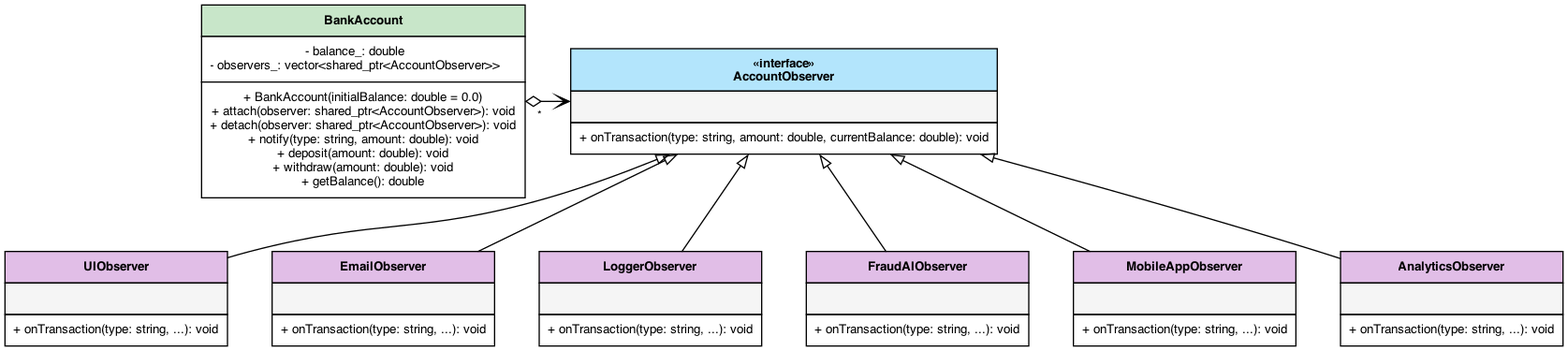
Earlier version of the Graphviz export Observer/reports/bank_observer_uml.png (ndmhuy/DesignPatternsGroup52). Its source is kept beside it as Observer/reports/bank_observer_uml.dot.
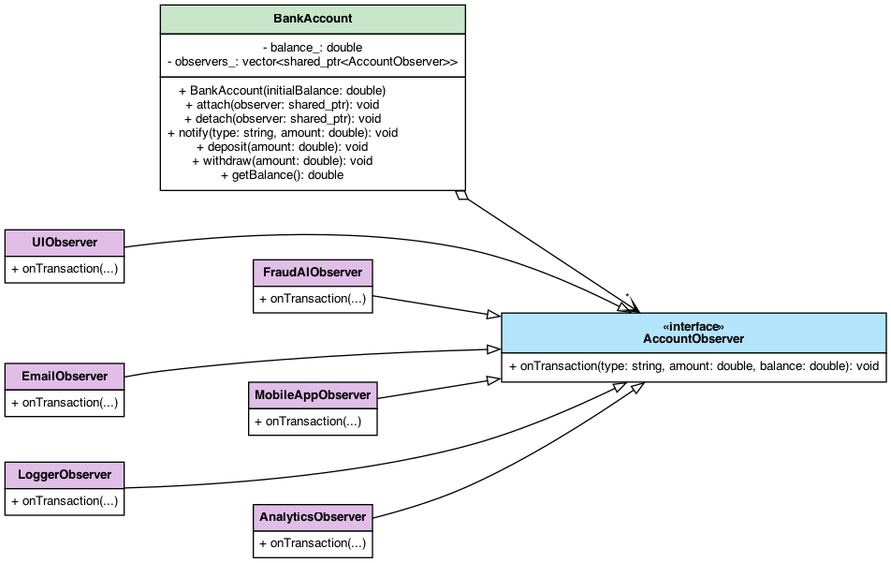
Above is the later version.

Commit message:
Redesign bank account Observer UML diagram to be compact for slides

Change to the diagram source:
```diff
@@ -1,9 +1,9 @@
 digraph G {
     fontname = "Helvetica,Arial,sans-serif"
     fontsize = 10
-    rankdir = BT
-    nodesep = 0.5
-    ranksep = 0.6
+    rankdir = LR
+    nodesep = 0.25
+    ranksep = 0.4
 
     node [
         fontname = "Helvetica,Arial,sans-serif"
@@ -16,52 +16,45 @@
         arrowhead = empty
     ]
 
-    BankAccount [label=<<table border="0" cellborder="1" cellspacing="0" cellpadding="6" bgcolor="#FFFFFF">
+    BankAccount [label=<<table border="0" cellborder="1" cellspacing="0" cellpadding="5" bgcolor="#FFFFFF">
         <tr><td bgcolor="#C8E6C9"><b>BankAccount</b></td></tr>
         <tr><td align="left" bgcolor="#FFFFFF">- balance_: double<br/>- observers_: vector&lt;shared_ptr&lt;AccountObserver&gt;&gt;</td></tr>
-        <tr><td align="left" bgcolor="#FFFFFF">+ BankAccount(initialBalance: double = 0.0)<br/>+ attach(observer: shared_ptr&lt;AccountObserver&gt;): void<br/>+ detach(observer: shared_ptr&lt;AccountObserver&gt;): void<br/>+ notify(type: string, amount: double): void<br/>+ deposit(amount: double): void<br/>+ withdraw(amount: double): void<br/>+ getBalance(): double</td></tr>
+        <tr><td align="left" bgcolor="#FFFFFF">+ BankAccount(initialBalance: double)<br/>+ attach(observer: shared_ptr): void<br/>+ detach(observer: shared_ptr): void<br/>+ notify(type: string, amount: double): void<br/>+ deposit(amount: double): void<br/>+ withdraw(amount: double): void<br/>+ getBalance(): double</td></tr>
     </table>>]
 
-    AccountObserver [label=<<table border="0" cellborder="1" cellspacing="0" cellpadding="6" bgcolor="#FFFFFF">
+    AccountObserver [label=<<table border="0" cellborder="1" cellspacing="0" cellpadding="5" bgcolor="#FFFFFF">
         <tr><td bgcolor="#B3E5FC"><b>«interface»<br/>AccountObserver</b></td></tr>
-        <tr><td align="left" bgcolor="#F5F5F5"> </td></tr>
-        <tr><td align="left">+ onTransaction(type: string, amount: double, currentBalance: double): void</td></tr>
+        <tr><td align="left" bgcolor="#FFFFFF">+ onTransaction(type: string, amount: double, balance: double): void</td></tr>
     </table>>]
 
-    UIObserver [label=<<table border="0" cellborder="1" cellspacing="0" cellpadding="6" bgcolor="#FFFFFF">
+    UIObserver [label=<<table border="0" cellborder="1" cellspacing="0" cellpadding="4" bgcolor="#FFFFFF">
         <tr><td bgcolor="#E1BEE7"><b>UIObserver</b></td></tr>
-        <tr><td align="left" bgcolor="#F5F5F5"> </td></tr>
-        <tr><td align="left">+ onTransaction(type: string, ...): void</td></tr>
+        <tr><td align="left" bgcolor="#FFFFFF">+ onTransaction(...)</td></tr>
     </table>>]
 
-    EmailObserver [label=<<table border="0" cellborder="1" cellspacing="0" cellpadding="6" bgcolor="#FFFFFF">
+    EmailObserver [label=<<table border="0" cellborder="1" cellspacing="0" cellpadding="4" bgcolor="#FFFFFF">
         <tr><td bgcolor="#E1BEE7"><b>EmailObserver</b></td></tr>
-        <tr><td align="left" bgcolor="#F5F5F5"> </td></tr>
-        <tr><td align="left">+ onTransaction(type: string, ...): void</td></tr>
+        <tr><td align="left" bgcolor="#FFFFFF">+ onTransaction(...)</td></tr>
     </table>>]
 
-    LoggerObserver [label=<<table border="0" cellborder="1" cellspacing="0" cellpadding="6" bgcolor="#FFFFFF">
+    LoggerObserver [label=<<table border="0" cellborder="1" cellspacing="0" cellpadding="4" bgcolor="#FFFFFF">
         <tr><td bgcolor="#E1BEE7"><b>LoggerObserver</b></td></tr>
-        <tr><td align="left" bgcolor="#F5F5F5"> </td></tr>
-        <tr><td align="left">+ onTransaction(type: string, ...): void</td></tr>
+        <tr><td align="left" bgcolor="#FFFFFF">+ onTransaction(...)</td></tr>
     </table>>]
 
-    FraudAIObserver [label=<<table border="0" cellborder="1" cellspacing="0" cellpadding="6" bgcolor="#FFFFFF">
+    FraudAIObserver [label=<<table border="0" cellborder="1" cellspacing="0" cellpadding="4" bgcolor="#FFFFFF">
         <tr><td bgcolor="#E1BEE7"><b>FraudAIObserver</b></td></tr>
-        <tr><td align="left" bgcolor="#F5F5F5"> </td></tr>
-        <tr><td align="left">+ onTransaction(type: string, ...): void</td></tr>
+        <tr><td align="left" bgcolor="#FFFFFF">+ onTransaction(...)</td></tr>
     </table>>]
 
-    MobileAppObserver [label=<<table border="0" cellborder="1" cellspacing="0" cellpadding="6" bgcolor="#FFFFFF">
+    MobileAppObserver [label=<<table border="0" cellborder="1" cellspacing="0" cellpadding="4" bgcolor="#FFFFFF">
         <tr><td bgcolor="#E1BEE7"><b>MobileAppObserver</b></td></tr>
-        <tr><td align="left" bgcolor="#F5F5F5"> </td></tr>
-        <tr><td align="left">+ onTransaction(type: string, ...): void</td></tr>
+        <tr><td align="left" bgcolor="#FFFFFF">+ onTransaction(...)</td></tr>
     </table>>]
 
-    AnalyticsObserver [label=<<table border="0" cellborder="1" cellspacing="0" cellpadding="6" bgcolor="#FFFFFF">
+    AnalyticsObserver [label=<<table border="0" cellborder="1" cellspacing="0" cellpadding="4" bgcolor="#FFFFFF">
         <tr><td bgcolor="#E1BEE7"><b>AnalyticsObserver</b></td></tr>
-        <tr><td align="left" bgcolor="#F5F5F5"> </td></tr>
-        <tr><td align="left">+ onTransaction(type: string, ...): void</td></tr>
+        <tr><td align="left" bgcolor="#FFFFFF">+ onTransaction(...)</td></tr>
     </table>>]
 
     UIObserver -> AccountObserver [arrowhead=onormal, style=solid]
@@ -71,8 +64,12 @@
     MobileAppObserver -> AccountObserver [arrowhead=onormal, style=solid]
     AnalyticsObserver -> AccountObserver [arrowhead=onormal, style=solid]
 
-    BankAccount -> AccountObserver [arrowhead=vee, arrowtail=odiamond, dir=both, headlabel="*  ", labeldistance=2.5]
+    BankAccount -> AccountObserver [arrowhead=vee, arrowtail=odiamond, dir=both, headlabel="*  ", labeldistance=1.5]
 
-    { rank=same; BankAccount; AccountObserver }
-    { rank=same; UIObserver; EmailObserver; LoggerObserver; FraudAIObserver; MobileAppObserver; AnalyticsObserver }
+    { rank=same; UIObserver; EmailObserver; LoggerObserver }
+    { rank=same; FraudAIObserver; MobileAppObserver; AnalyticsObserver }
+
+    UIObserver -> FraudAIObserver [style=invis]
+    EmailObserver -> MobileAppObserver [style=invis]
+    LoggerObserver -> AnalyticsObserver [style=invis]
 }
```
